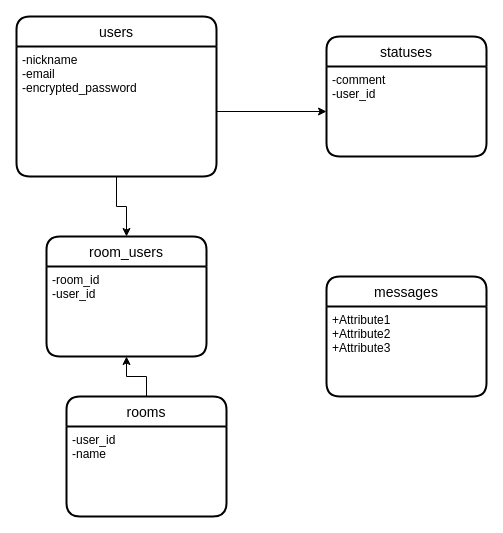
kakeru-takakusaki/gamebo keeps this draw.io diagram as .dio. Above is the earlier version. Source tidied: cells renumbered, new cells numbered last; positions are measured from the earlier drawing's top-left corner, leaving out a move shared by most shapes. Both pictures are drawn from the tidied source at 100%, with x=0, y=0 at pixel (16, 16).
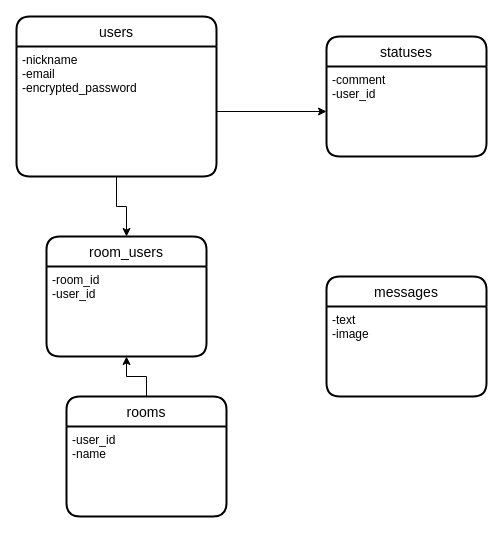
The same page after the edit.

Diff of the diagram source:
```diff
@@
 <mxGraphModel>
   <root>
     <mxCell id="0" />
     <mxCell id="1" parent="0" />
     <mxCell id="2" value="users" style="swimlane;horizontal=1;startSize=30;rounded=1;fontSize=14;fontStyle=0;strokeWidth=2;shadow=0;dashed=0;align=center;" parent="1" vertex="1">
       <mxGeometry width="200" height="160" as="geometry" />
     </mxCell>
     <mxCell id="3" value="-nickname&#10;-email&#10;-encrypted_password" style="align=left;strokeColor=none;fillColor=none;spacingLeft=4;fontSize=12;verticalAlign=top;" parent="2" vertex="1">
       <mxGeometry y="30" width="200" height="130" as="geometry" />
     </mxCell>
     <mxCell id="4" value="statuses" style="swimlane;horizontal=1;startSize=30;rounded=1;fontSize=14;fontStyle=0;strokeWidth=2;shadow=0;dashed=0;align=center;" parent="1" vertex="1">
       <mxGeometry x="310" y="20" width="160" height="120" as="geometry" />
     </mxCell>
     <mxCell id="5" value="-comment&#10;-user_id" style="align=left;strokeColor=none;fillColor=none;spacingLeft=4;fontSize=12;verticalAlign=top;" parent="4" vertex="1">
       <mxGeometry y="30" width="160" height="90" as="geometry" />
     </mxCell>
     <mxCell id="6" style="edgeStyle=orthogonalEdgeStyle;rounded=0;jettySize=auto;html=1;exitX=0.5;exitY=0;exitDx=0;exitDy=0;entryX=0.5;entryY=1;entryDx=0;entryDy=0;" parent="1" edge="1" source="7" target="10">
       <mxGeometry relative="1" as="geometry" />
     </mxCell>
     <mxCell id="7" value="rooms" style="swimlane;horizontal=1;startSize=30;rounded=1;fontSize=14;fontStyle=0;strokeWidth=2;shadow=0;dashed=0;align=center;" parent="1" vertex="1">
       <mxGeometry x="50" y="380" width="160" height="120" as="geometry" />
     </mxCell>
     <mxCell id="8" value="-user_id&#10;-name" style="align=left;strokeColor=none;fillColor=none;spacingLeft=4;fontSize=12;verticalAlign=top;" parent="7" vertex="1">
       <mxGeometry y="30" width="160" height="90" as="geometry" />
     </mxCell>
     <mxCell id="9" value="room_users" style="swimlane;horizontal=1;startSize=30;rounded=1;fontSize=14;fontStyle=0;strokeWidth=2;shadow=0;dashed=0;align=center;" parent="1" vertex="1">
       <mxGeometry x="30" y="220" width="160" height="120" as="geometry" />
     </mxCell>
     <mxCell id="10" value="-room_id&#10;-user_id" style="align=left;strokeColor=none;fillColor=none;spacingLeft=4;fontSize=12;verticalAlign=top;" parent="9" vertex="1">
       <mxGeometry y="30" width="160" height="90" as="geometry" />
     </mxCell>
     <mxCell id="11" style="edgeStyle=orthogonalEdgeStyle;rounded=0;jettySize=auto;html=1;exitX=0.5;exitY=1;exitDx=0;exitDy=0;entryX=0.5;entryY=0;entryDx=0;entryDy=0;" parent="1" edge="1" source="3" target="9">
       <mxGeometry relative="1" as="geometry" />
     </mxCell>
     <mxCell id="12" style="edgeStyle=orthogonalEdgeStyle;rounded=0;jettySize=auto;html=1;exitX=1;exitY=0.5;exitDx=0;exitDy=0;" parent="1" edge="1" source="3" target="5">
       <mxGeometry relative="1" as="geometry" />
     </mxCell>
     <mxCell id="13" value="messages" style="swimlane;horizontal=1;startSize=30;rounded=1;fontSize=14;fontStyle=0;strokeWidth=2;shadow=0;dashed=0;align=center;" parent="1" vertex="1">
       <mxGeometry x="310" y="260" width="160" height="120" as="geometry" />
     </mxCell>
-    <mxCell id="14" value="+Attribute1&#10;+Attribute2&#10;+Attribute3" style="align=left;strokeColor=none;fillColor=none;spacingLeft=4;fontSize=12;verticalAlign=top;" parent="13" vertex="1">
+    <mxCell id="14" value="-text&#10;-image" style="align=left;strokeColor=none;fillColor=none;spacingLeft=4;fontSize=12;verticalAlign=top;" parent="13" vertex="1">
       <mxGeometry y="30" width="160" height="90" as="geometry" />
     </mxCell>
   </root>
 </mxGraphModel>
```
